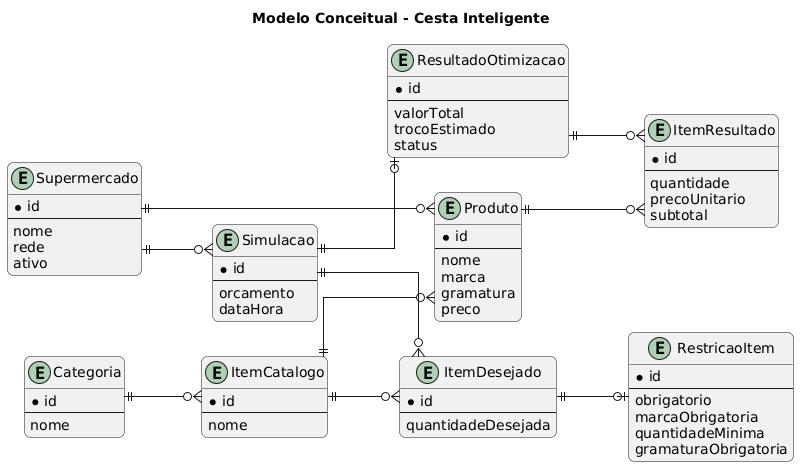
Above: docs/diagramas/banco-de-dados/modelo-conceitual/modelo-conceitual.png in fernanndp/cesta-inteligente-tcc (PlantUML), before the change. The source it was exported from:
```plantuml
@startuml
left to right direction
skinparam shadowing false
skinparam roundcorner 12
skinparam linetype ortho

title Modelo Conceitual - Cesta Inteligente

entity "Categoria" as Categoria {
  * id
  --
  nome
}

entity "ItemCatalogo" as ItemCatalogo {
  * id
  --
  nome
}

entity "Supermercado" as Supermercado {
  * id
  --
  nome
  rede
  ativo
}

entity "Produto" as Produto {
  * id
  --
  nome
  marca
  gramatura
  preco
}

entity "Simulacao" as Simulacao {
  * id
  --
  orcamento
  dataHora
}

entity "ItemDesejado" as ItemDesejado {
  * id
  --
  quantidadeDesejada
}

entity "RestricaoItem" as RestricaoItem {
  * id
  --
  obrigatorio
  marcaObrigatoria
  quantidadeMinima
  gramaturaObrigatoria
}

entity "ResultadoOtimizacao" as ResultadoOtimizacao {
  * id
  --
  valorTotal
  trocoEstimado
  status
}

entity "ItemResultado" as ItemResultado {
  * id
  --
  quantidade
  precoUnitario
  subtotal
}

Categoria ||--o{ ItemCatalogo
ItemCatalogo ||--o{ Produto
Supermercado ||--o{ Produto

Supermercado ||--o{ Simulacao
Simulacao ||--o{ ItemDesejado
ItemCatalogo ||--o{ ItemDesejado
ItemDesejado ||--o| RestricaoItem

Simulacao ||--o| ResultadoOtimizacao
ResultadoOtimizacao ||--o{ ItemResultado
Produto ||--o{ ItemResultado
@enduml
```
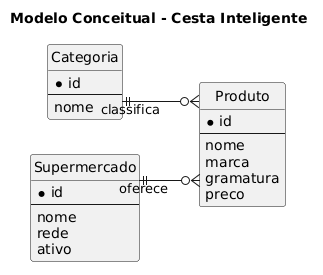
After the change.

What changed in the source:
```diff
@@ -1,29 +1,14 @@
 @startuml
+title Modelo Conceitual - Cesta Inteligente
+
 left to right direction
-skinparam shadowing false
-skinparam roundcorner 12
+hide circle
 skinparam linetype ortho
-
-title Modelo Conceitual - Cesta Inteligente
 
 entity "Categoria" as Categoria {
   * id
   --
   nome
-}
-
-entity "ItemCatalogo" as ItemCatalogo {
-  * id
-  --
-  nome
-}
-
-entity "Supermercado" as Supermercado {
-  * id
-  --
-  nome
-  rede
-  ativo
 }
 
 entity "Produto" as Produto {
@@ -35,54 +20,14 @@
   preco
 }
 
-entity "Simulacao" as Simulacao {
+entity "Supermercado" as Supermercado {
   * id
   --
-  orcamento
-  dataHora
+  nome
+  rede
+  ativo
 }
 
-entity "ItemDesejado" as ItemDesejado {
-  * id
-  --
-  quantidadeDesejada
-}
-
-entity "RestricaoItem" as RestricaoItem {
-  * id
-  --
-  obrigatorio
-  marcaObrigatoria
-  quantidadeMinima
-  gramaturaObrigatoria
-}
-
-entity "ResultadoOtimizacao" as ResultadoOtimizacao {
-  * id
-  --
-  valorTotal
-  trocoEstimado
-  status
-}
-
-entity "ItemResultado" as ItemResultado {
-  * id
-  --
-  quantidade
-  precoUnitario
-  subtotal
-}
-
-Categoria ||--o{ ItemCatalogo
-ItemCatalogo ||--o{ Produto
-Supermercado ||--o{ Produto
-
-Supermercado ||--o{ Simulacao
-Simulacao ||--o{ ItemDesejado
-ItemCatalogo ||--o{ ItemDesejado
-ItemDesejado ||--o| RestricaoItem
-
-Simulacao ||--o| ResultadoOtimizacao
-ResultadoOtimizacao ||--o{ ItemResultado
-Produto ||--o{ ItemResultado
+Categoria ||--o{ Produto : classifica
+Supermercado ||--o{ Produto : oferece
 @enduml
```
